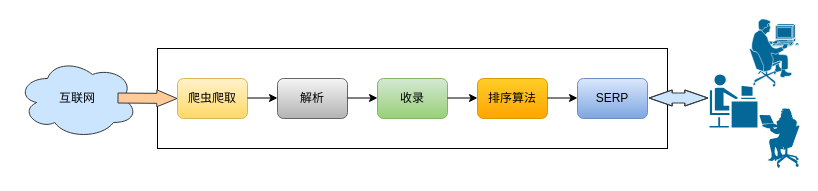
This is 爬虫图.drawio from kdoclg/git_study, a draw.io file, before an edit. Source tidied: cells renumbered, new cells numbered last; positions are measured from the earlier drawing's top-left corner, leaving out a move shared by most shapes. Both pictures are drawn from the tidied source at 100%, with x=0, y=0 at pixel (17, 18).
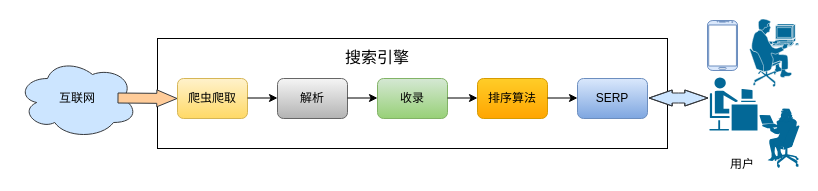
The same diagram, later.

Commit message (it also covers changes not shown here):
更新爬虫图.drawio

Change to the diagram source:
```diff
@@
     <mxCell id="3" style="rounded=0;whiteSpace=wrap;html=1;" parent="1" vertex="1">
-      <mxGeometry x="140" y="30" width="510" height="100" as="geometry" />
+      <mxGeometry x="140" y="20" width="510" height="110" as="geometry" />
     </mxCell>
     <mxCell id="4" style="shape=mxgraph.cisco.people.androgenous_person;sketch=0;html=1;dashed=0;fillColor=#036897;strokeColor=#ffffff;strokeWidth=2;verticalLabelPosition=bottom;verticalAlign=top;align=center;" parent="1" vertex="1">
-      <mxGeometry x="691" y="55" width="50" height="55" as="geometry" />
+      <mxGeometry x="691" y="58" width="50" height="55" as="geometry" />
     </mxCell>
@@
+    <mxCell id="18" style="verticalLabelPosition=bottom;verticalAlign=top;html=1;shadow=0;dashed=0;strokeWidth=1;shape=mxgraph.android.phone2;strokeColor=#6c8ebf;fillColor=#dae8fc;fontSize=8;" parent="1" vertex="1">
+      <mxGeometry x="690" y="2" width="30" height="50" as="geometry" />
+    </mxCell>
+    <mxCell id="19" value="用户" style="text;html=1;strokeColor=none;fillColor=none;align=center;verticalAlign=middle;whiteSpace=wrap;rounded=0;" parent="1" vertex="1">
+      <mxGeometry x="695" y="136" width="60" height="20" as="geometry" />
+    </mxCell>
+    <mxCell id="20" value="搜索引擎" style="text;html=1;strokeColor=none;fillColor=none;align=center;verticalAlign=middle;whiteSpace=wrap;rounded=0;fontSize=16;" parent="1" vertex="1">
+      <mxGeometry x="300" y="24" width="120" height="30" as="geometry" />
+    </mxCell>
```
